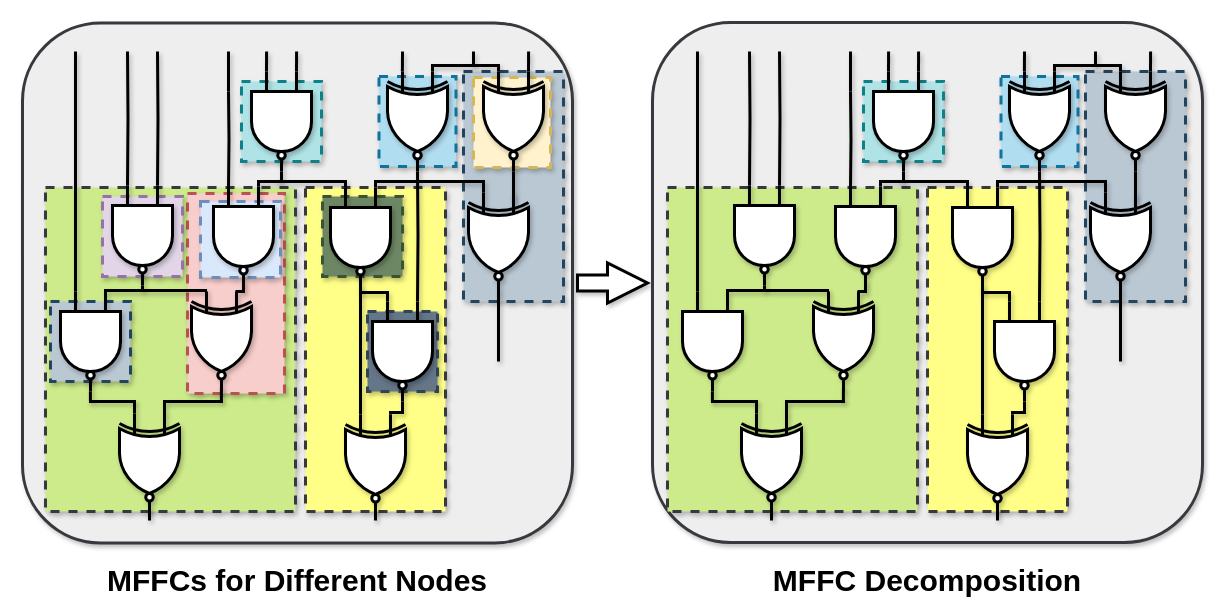
Before: mffc.drawio in kxzhu0505/LogicSynOpt, a draw.io diagram. Source tidied: cells renumbered, new cells numbered last; positions are measured from the earlier drawing's top-left corner, leaving out a move shared by most shapes. Both pictures are drawn from the tidied source at 100%, with x=0, y=0 at pixel (22, 22).
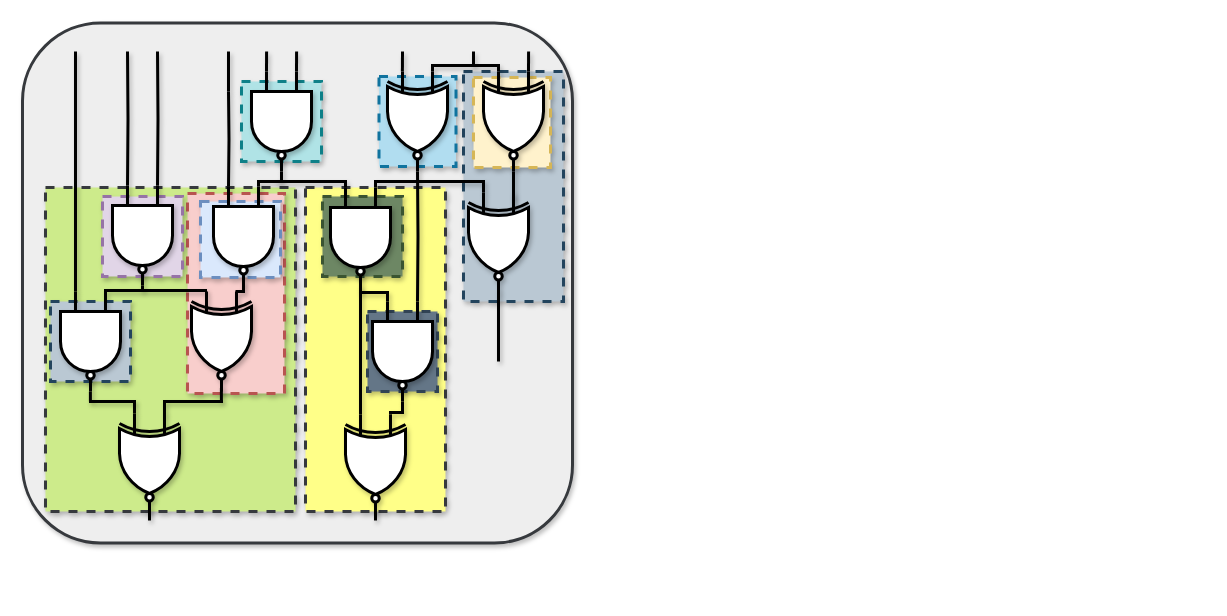
After the change.

The edit, as a diff of the source:
```diff
@@
-    <mxCell id="2" style="verticalLabelPosition=bottom;verticalAlign=top;html=1;strokeWidth=3;shape=mxgraph.arrows2.arrow;dy=0.6;dx=40;notch=0;shadow=1;" parent="1" vertex="1">
-      <mxGeometry x="555" y="240.5" width="70" height="40" as="geometry" />
-    </mxCell>
-    <mxCell id="3" value="&lt;font size=&quot;1&quot; style=&quot;&quot;&gt;&lt;b style=&quot;font-size: 30px;&quot;&gt;MFFCs for Different Nodes&lt;/b&gt;&lt;/font&gt;" style="text;html=1;align=center;verticalAlign=middle;whiteSpace=wrap;rounded=0;" parent="1" vertex="1">
-      <mxGeometry x="62" y="543" width="426" height="30" as="geometry" />
-    </mxCell>
-    <mxCell id="4" value="&lt;font style=&quot;font-size: 30px;&quot;&gt;&lt;font style=&quot;font-size: 30px;&quot;&gt;&lt;b style=&quot;&quot;&gt;MFFC&amp;nbsp;&lt;/b&gt;&lt;/font&gt;&lt;b&gt;Decomposition&lt;/b&gt;&lt;/font&gt;" style="text;html=1;align=center;verticalAlign=middle;whiteSpace=wrap;rounded=0;" parent="1" vertex="1">
-      <mxGeometry x="692" y="543" width="426" height="30" as="geometry" />
-    </mxCell>
@@
-    <mxCell id="64" style="rounded=1;whiteSpace=wrap;html=1;shadow=1;strokeWidth=3;fillColor=#eeeeee;strokeColor=#36393d;" parent="1" vertex="1">
-      <mxGeometry x="630" width="550" height="520" as="geometry" />
-    </mxCell>
-    <mxCell id="65" style="rounded=0;whiteSpace=wrap;html=1;dashed=1;strokeWidth=3;fillColor=#bac8d3;strokeColor=#23445d;shadow=1;" parent="1" vertex="1">
-      <mxGeometry x="1063" y="49" width="100" height="230" as="geometry" />
-    </mxCell>
-    <mxCell id="66" style="rounded=0;whiteSpace=wrap;html=1;dashed=1;strokeWidth=3;fillColor=#ffff88;strokeColor=#36393d;shadow=1;" parent="1" vertex="1">
-      <mxGeometry x="905" y="165" width="140" height="324" as="geometry" />
-    </mxCell>
-    <mxCell id="67" style="rounded=0;whiteSpace=wrap;html=1;dashed=1;strokeWidth=3;fillColor=#cdeb8b;strokeColor=#36393d;shadow=1;" parent="1" vertex="1">
-      <mxGeometry x="645" y="165" width="250" height="324" as="geometry" />
-    </mxCell>
-    <mxCell id="68" style="group;shadow=1;" parent="1" vertex="1">
-      <mxGeometry x="660" y="29" width="500" height="463" as="geometry" />
-    </mxCell>
-    <mxCell id="69" style="rounded=0;whiteSpace=wrap;html=1;dashed=1;strokeWidth=3;fillColor=#b1ddf0;strokeColor=#10739e;shadow=1;" parent="68" vertex="1">
-      <mxGeometry x="318.5" y="25" width="77" height="90" as="geometry" />
-    </mxCell>
-    <mxCell id="70" style="rounded=0;whiteSpace=wrap;html=1;dashed=1;strokeWidth=3;fillColor=#b0e3e6;strokeColor=#0e8088;shadow=1;" parent="68" vertex="1">
-      <mxGeometry x="181" y="30" width="80" height="80" as="geometry" />
-    </mxCell>
-    <mxCell id="71" style="verticalLabelPosition=bottom;shadow=1;dashed=0;align=center;html=1;verticalAlign=top;shape=mxgraph.electrical.logic_gates.logic_gate;operation=xor;negating=1;negSize=0.15;strokeWidth=3;direction=south;" parent="68" vertex="1">
-      <mxGeometry x="131" y="240" width="60" height="100" as="geometry" />
-    </mxCell>
-    <mxCell id="72" style="verticalLabelPosition=bottom;shadow=1;dashed=0;align=center;html=1;verticalAlign=top;shape=mxgraph.electrical.logic_gates.logic_gate;operation=and;negating=1;negSize=0.15;strokeWidth=3;direction=south;" parent="68" vertex="1">
-      <mxGeometry y="240" width="60" height="100" as="geometry" />
-    </mxCell>
-    <mxCell id="73" style="verticalLabelPosition=bottom;shadow=1;dashed=0;align=center;html=1;verticalAlign=top;shape=mxgraph.electrical.logic_gates.logic_gate;operation=and;negating=1;negSize=0.15;strokeWidth=3;direction=south;" parent="68" vertex="1">
-      <mxGeometry x="52" y="134" width="60" height="100" as="geometry" />
-    </mxCell>
-    <mxCell id="74" style="endArrow=none;html=1;rounded=0;entryX=1;entryY=0.5;entryDx=0;entryDy=0;entryPerimeter=0;strokeWidth=3;shadow=1;" parent="68" edge="1" target="73">
-      <mxGeometry relative="1" as="geometry">
-        <mxPoint x="82" y="240" as="sourcePoint" />
-      </mxGeometry>
-    </mxCell>
-    <mxCell id="75" style="verticalLabelPosition=bottom;shadow=1;dashed=0;align=center;html=1;verticalAlign=top;shape=mxgraph.electrical.logic_gates.logic_gate;operation=xor;negating=1;negSize=0.15;strokeWidth=3;direction=south;" parent="68" vertex="1">
-      <mxGeometry x="59" y="362" width="60" height="100" as="geometry" />
-    </mxCell>
-    <mxCell id="76" style="endArrow=none;html=1;rounded=0;strokeWidth=3;entryX=0;entryY=0.75;entryDx=0;entryDy=0;entryPerimeter=0;edgeStyle=orthogonalEdgeStyle;shadow=1;" parent="68" edge="1" target="72">
-      <mxGeometry relative="1" as="geometry">
-        <mxPoint x="15" as="sourcePoint" />
-        <Array as="points">
-          <mxPoint x="15" y="8" />
-        </Array>
-      </mxGeometry>
-    </mxCell>
-    <mxCell id="77" style="endArrow=none;html=1;rounded=0;strokeWidth=3;entryX=0;entryY=0.75;entryDx=0;entryDy=0;entryPerimeter=0;edgeStyle=orthogonalEdgeStyle;shadow=1;" parent="68" edge="1" target="73">
-      <mxGeometry relative="1" as="geometry">
-        <mxPoint x="67" as="sourcePoint" />
-      </mxGeometry>
-    </mxCell>
-    <mxCell id="78" style="endArrow=none;html=1;rounded=0;strokeWidth=3;entryX=0;entryY=0.25;entryDx=0;entryDy=0;entryPerimeter=0;edgeStyle=orthogonalEdgeStyle;shadow=1;" parent="68" edge="1" target="73">
-      <mxGeometry relative="1" as="geometry">
-        <mxPoint x="97" as="sourcePoint" />
-      </mxGeometry>
-    </mxCell>
-    <mxCell id="79" style="verticalLabelPosition=bottom;shadow=1;dashed=0;align=center;html=1;verticalAlign=top;shape=mxgraph.electrical.logic_gates.logic_gate;operation=and;negating=1;negSize=0.15;strokeWidth=3;direction=south;" parent="68" vertex="1">
-      <mxGeometry x="153" y="135" width="60" height="100" as="geometry" />
-    </mxCell>
-    <mxCell id="80" style="endArrow=none;html=1;rounded=0;strokeWidth=3;shadow=1;" parent="68" edge="1">
-      <mxGeometry relative="1" as="geometry">
-        <mxPoint x="184.5" y="240" as="sourcePoint" />
-        <mxPoint x="175" y="240" as="targetPoint" />
-      </mxGeometry>
-    </mxCell>
-    <mxCell id="81" style="endArrow=none;html=1;rounded=0;strokeWidth=3;entryX=0;entryY=0.75;entryDx=0;entryDy=0;entryPerimeter=0;edgeStyle=orthogonalEdgeStyle;shadow=1;" parent="68" edge="1" target="79">
-      <mxGeometry relative="1" as="geometry">
-        <mxPoint x="168" y="40" as="sourcePoint" />
-      </mxGeometry>
-    </mxCell>
-    <mxCell id="82" style="verticalLabelPosition=bottom;shadow=1;dashed=0;align=center;html=1;verticalAlign=top;shape=mxgraph.electrical.logic_gates.logic_gate;operation=and;negating=1;negSize=0.15;strokeWidth=3;direction=south;" parent="68" vertex="1">
-      <mxGeometry x="191" y="20" width="60" height="100" as="geometry" />
-    </mxCell>
-    <mxCell id="83" style="endArrow=none;html=1;rounded=0;strokeWidth=3;entryX=0;entryY=0.25;entryDx=0;entryDy=0;entryPerimeter=0;edgeStyle=orthogonalEdgeStyle;exitX=1;exitY=0.5;exitDx=0;exitDy=0;exitPerimeter=0;shadow=1;" parent="68" edge="1" source="82" target="79">
-      <mxGeometry relative="1" as="geometry" />
-    </mxCell>
-    <mxCell id="84" style="verticalLabelPosition=bottom;shadow=1;dashed=0;align=center;html=1;verticalAlign=top;shape=mxgraph.electrical.logic_gates.logic_gate;operation=and;negating=1;negSize=0.15;strokeWidth=3;direction=south;" parent="68" vertex="1">
-      <mxGeometry x="270" y="136" width="60" height="100" as="geometry" />
-    </mxCell>
-    <mxCell id="85" style="endArrow=none;html=1;rounded=0;strokeWidth=3;edgeStyle=orthogonalEdgeStyle;exitX=0;exitY=0.75;exitDx=0;exitDy=0;exitPerimeter=0;shadow=1;" parent="68" edge="1" source="84">
-      <mxGeometry relative="1" as="geometry">
-        <mxPoint x="215" y="130" as="targetPoint" />
-        <Array as="points">
-          <mxPoint x="285" y="130" />
-        </Array>
-      </mxGeometry>
-    </mxCell>
-    <mxCell id="86" style="verticalLabelPosition=bottom;shadow=1;dashed=0;align=center;html=1;verticalAlign=top;shape=mxgraph.electrical.logic_gates.logic_gate;operation=xor;negating=1;negSize=0.15;strokeWidth=3;direction=south;" parent="68" vertex="1">
-      <mxGeometry x="285" y="363" width="60" height="100" as="geometry" />
-    </mxCell>
-    <mxCell id="87" style="endArrow=none;html=1;rounded=0;strokeWidth=3;entryX=0;entryY=0.75;entryDx=0;entryDy=0;entryPerimeter=0;edgeStyle=orthogonalEdgeStyle;exitX=1;exitY=0.5;exitDx=0;exitDy=0;exitPerimeter=0;shadow=1;" parent="68" edge="1" source="84" target="86">
-      <mxGeometry relative="1" as="geometry" />
-    </mxCell>
-    <mxCell id="88" style="endArrow=none;html=1;rounded=0;strokeWidth=3;shadow=1;" parent="68" edge="1">
-      <mxGeometry relative="1" as="geometry">
-        <mxPoint x="43.5" y="239" as="sourcePoint" />
-        <mxPoint x="146.5" y="239" as="targetPoint" />
-      </mxGeometry>
-    </mxCell>
-    <mxCell id="89" style="verticalLabelPosition=bottom;shadow=1;dashed=0;align=center;html=1;verticalAlign=top;shape=mxgraph.electrical.logic_gates.logic_gate;operation=and;negating=1;negSize=0.15;strokeWidth=3;direction=south;" parent="68" vertex="1">
-      <mxGeometry x="312" y="250" width="60" height="100" as="geometry" />
-    </mxCell>
-    <mxCell id="90" style="endArrow=none;html=1;rounded=0;strokeWidth=3;edgeStyle=orthogonalEdgeStyle;exitX=0;exitY=0.75;exitDx=0;exitDy=0;exitPerimeter=0;shadow=1;" parent="68" edge="1" source="89">
-      <mxGeometry relative="1" as="geometry">
-        <mxPoint x="300" y="234" as="targetPoint" />
-        <Array as="points">
-          <mxPoint x="327" y="241" />
-          <mxPoint x="300" y="241" />
-        </Array>
-      </mxGeometry>
-    </mxCell>
-    <mxCell id="91" style="verticalLabelPosition=bottom;shadow=1;dashed=0;align=center;html=1;verticalAlign=top;shape=mxgraph.electrical.logic_gates.logic_gate;operation=xor;negating=1;negSize=0.15;strokeWidth=3;direction=south;" parent="68" vertex="1">
-      <mxGeometry x="327" y="20" width="60" height="100" as="geometry" />
-    </mxCell>
-    <mxCell id="92" style="verticalLabelPosition=bottom;shadow=1;dashed=0;align=center;html=1;verticalAlign=top;shape=mxgraph.electrical.logic_gates.logic_gate;operation=xor;negating=1;negSize=0.15;strokeWidth=3;direction=south;" parent="68" vertex="1">
-      <mxGeometry x="423" y="20" width="60" height="100" as="geometry" />
-    </mxCell>
-    <mxCell id="93" style="endArrow=none;html=1;rounded=0;strokeWidth=3;entryX=0;entryY=0.25;entryDx=0;entryDy=0;entryPerimeter=0;edgeStyle=orthogonalEdgeStyle;shadow=1;" parent="68" edge="1" target="89">
-      <mxGeometry relative="1" as="geometry">
-        <mxPoint x="357" y="120" as="sourcePoint" />
-      </mxGeometry>
-    </mxCell>
-    <mxCell id="94" style="verticalLabelPosition=bottom;shadow=1;dashed=0;align=center;html=1;verticalAlign=top;shape=mxgraph.electrical.logic_gates.logic_gate;operation=xor;negating=1;negSize=0.15;strokeWidth=3;direction=south;" parent="68" vertex="1">
-      <mxGeometry x="408" y="141" width="60" height="100" as="geometry" />
-    </mxCell>
-    <mxCell id="95" style="endArrow=none;html=1;rounded=0;strokeWidth=3;exitX=1;exitY=0.5;exitDx=0;exitDy=0;exitPerimeter=0;entryX=0.09;entryY=0.25;entryDx=0;entryDy=0;entryPerimeter=0;shadow=1;" parent="68" edge="1" source="92" target="94">
-      <mxGeometry relative="1" as="geometry" />
-    </mxCell>
-    <mxCell id="96" style="endArrow=none;html=1;rounded=0;strokeWidth=3;edgeStyle=orthogonalEdgeStyle;exitX=0;exitY=0.75;exitDx=0;exitDy=0;exitPerimeter=0;entryX=0;entryY=0.25;entryDx=0;entryDy=0;entryPerimeter=0;shadow=1;" parent="68" edge="1" source="94" target="84">
-      <mxGeometry relative="1" as="geometry">
-        <Array as="points">
-          <mxPoint x="423" y="130" />
-          <mxPoint x="315" y="130" />
-        </Array>
-      </mxGeometry>
-    </mxCell>
-    <mxCell id="97" style="endArrow=none;html=1;rounded=0;strokeWidth=3;exitX=0.986;exitY=0.5;exitDx=0;exitDy=0;exitPerimeter=0;shadow=1;" parent="68" edge="1" source="94">
-      <mxGeometry relative="1" as="geometry">
-        <mxPoint x="438" y="310" as="targetPoint" />
-      </mxGeometry>
-    </mxCell>
-    <mxCell id="98" style="endArrow=none;html=1;rounded=0;strokeWidth=3;edgeStyle=orthogonalEdgeStyle;exitX=0;exitY=0.75;exitDx=0;exitDy=0;exitPerimeter=0;entryX=0;entryY=0.25;entryDx=0;entryDy=0;entryPerimeter=0;shadow=1;" parent="68" edge="1" source="92">
-      <mxGeometry relative="1" as="geometry">
-        <mxPoint x="372" y="20" as="targetPoint" />
-        <Array as="points">
-          <mxPoint x="438" y="14" />
-          <mxPoint x="372" y="14" />
-        </Array>
-      </mxGeometry>
-    </mxCell>
-    <mxCell id="99" style="endArrow=none;html=1;rounded=0;strokeWidth=3;entryX=0.09;entryY=0.25;entryDx=0;entryDy=0;entryPerimeter=0;shadow=1;" parent="68" edge="1">
-      <mxGeometry relative="1" as="geometry">
-        <mxPoint x="413" as="sourcePoint" />
-        <mxPoint x="413" y="15" as="targetPoint" />
-      </mxGeometry>
-    </mxCell>
-    <mxCell id="100" style="endArrow=none;html=1;rounded=0;strokeWidth=3;entryX=0.09;entryY=0.25;entryDx=0;entryDy=0;entryPerimeter=0;shadow=1;" parent="68" edge="1">
-      <mxGeometry relative="1" as="geometry">
-        <mxPoint x="342" as="sourcePoint" />
-        <mxPoint x="341.9" y="20" as="targetPoint" />
-      </mxGeometry>
-    </mxCell>
-    <mxCell id="101" style="endArrow=none;html=1;rounded=0;strokeWidth=3;entryX=0.09;entryY=0.25;entryDx=0;entryDy=0;entryPerimeter=0;shadow=1;" parent="68" edge="1">
-      <mxGeometry relative="1" as="geometry">
-        <mxPoint x="468.1" as="sourcePoint" />
-        <mxPoint x="468" y="20" as="targetPoint" />
-      </mxGeometry>
-    </mxCell>
-    <mxCell id="102" style="endArrow=none;html=1;rounded=0;strokeWidth=3;entryX=0.09;entryY=0.25;entryDx=0;entryDy=0;entryPerimeter=0;shadow=1;" parent="68" edge="1">
-      <mxGeometry relative="1" as="geometry">
-        <mxPoint x="206.1" as="sourcePoint" />
-        <mxPoint x="206" y="20" as="targetPoint" />
-      </mxGeometry>
-    </mxCell>
-    <mxCell id="103" style="endArrow=none;html=1;rounded=0;strokeWidth=3;entryX=0.09;entryY=0.25;entryDx=0;entryDy=0;entryPerimeter=0;shadow=1;" parent="68" edge="1">
-      <mxGeometry relative="1" as="geometry">
-        <mxPoint x="236.1" as="sourcePoint" />
-        <mxPoint x="236" y="20" as="targetPoint" />
-      </mxGeometry>
-    </mxCell>
-    <mxCell id="104" style="endArrow=none;html=1;rounded=0;strokeWidth=3;entryX=0.09;entryY=0.25;entryDx=0;entryDy=0;entryPerimeter=0;shadow=1;" parent="68" edge="1">
-      <mxGeometry relative="1" as="geometry">
-        <mxPoint x="168" as="sourcePoint" />
-        <mxPoint x="168" y="40" as="targetPoint" />
-      </mxGeometry>
-    </mxCell>
-    <mxCell id="105" style="endArrow=none;html=1;rounded=0;strokeWidth=3;shadow=1;" parent="68" edge="1">
-      <mxGeometry relative="1" as="geometry">
-        <mxPoint x="183" y="240" as="sourcePoint" />
-        <mxPoint x="183" y="230" as="targetPoint" />
-        <Array as="points">
-          <mxPoint x="183" y="240" />
-        </Array>
-      </mxGeometry>
-    </mxCell>
-    <mxCell id="106" style="endArrow=none;html=1;rounded=0;strokeWidth=3;edgeStyle=orthogonalEdgeStyle;exitX=1;exitY=0.5;exitDx=0;exitDy=0;exitPerimeter=0;entryX=0;entryY=0.25;entryDx=0;entryDy=0;entryPerimeter=0;shadow=1;" parent="68" edge="1" source="89" target="86">
-      <mxGeometry relative="1" as="geometry">
-        <Array as="points">
-          <mxPoint x="342" y="361" />
-          <mxPoint x="330" y="361" />
-        </Array>
-      </mxGeometry>
-    </mxCell>
-    <mxCell id="107" style="endArrow=none;html=1;rounded=0;strokeWidth=3;shadow=1;" parent="68" edge="1">
-      <mxGeometry relative="1" as="geometry">
-        <mxPoint x="28.5" y="350" as="sourcePoint" />
-        <mxPoint x="75.5" y="350" as="targetPoint" />
-      </mxGeometry>
-    </mxCell>
-    <mxCell id="108" style="endArrow=none;html=1;rounded=0;strokeWidth=3;shadow=1;" parent="68" edge="1">
-      <mxGeometry relative="1" as="geometry">
-        <mxPoint x="102.5" y="350" as="sourcePoint" />
-        <mxPoint x="162.5" y="350" as="targetPoint" />
-      </mxGeometry>
-    </mxCell>
-    <mxCell id="109" style="endArrow=none;html=1;rounded=0;strokeWidth=3;shadow=1;" parent="68" edge="1">
-      <mxGeometry relative="1" as="geometry">
-        <mxPoint x="29.9" y="340" as="sourcePoint" />
-        <mxPoint x="29.9" y="350" as="targetPoint" />
-      </mxGeometry>
-    </mxCell>
-    <mxCell id="110" style="endArrow=none;html=1;rounded=0;strokeWidth=3;entryX=0;entryY=0.75;entryDx=0;entryDy=0;entryPerimeter=0;shadow=1;" parent="68" edge="1" target="75">
-      <mxGeometry relative="1" as="geometry">
-        <mxPoint x="74" y="350" as="sourcePoint" />
-      </mxGeometry>
-    </mxCell>
-    <mxCell id="111" style="endArrow=none;html=1;rounded=0;strokeWidth=3;entryX=0;entryY=0.75;entryDx=0;entryDy=0;entryPerimeter=0;shadow=1;" parent="68" edge="1">
-      <mxGeometry relative="1" as="geometry">
-        <mxPoint x="104" y="350" as="sourcePoint" />
-        <mxPoint x="104" y="363.5" as="targetPoint" />
-      </mxGeometry>
-    </mxCell>
-    <mxCell id="112" style="endArrow=none;html=1;rounded=0;strokeWidth=3;entryX=0;entryY=0.75;entryDx=0;entryDy=0;entryPerimeter=0;shadow=1;" parent="68" edge="1">
-      <mxGeometry relative="1" as="geometry">
-        <mxPoint x="160.9" y="336.5" as="sourcePoint" />
-        <mxPoint x="160.9" y="350" as="targetPoint" />
-      </mxGeometry>
-    </mxCell>
-    <mxCell id="113" style="endArrow=none;html=1;rounded=0;strokeWidth=3;entryX=0;entryY=0.75;entryDx=0;entryDy=0;entryPerimeter=0;shadow=1;" parent="68" edge="1">
-      <mxGeometry relative="1" as="geometry">
-        <mxPoint x="315" y="457" as="sourcePoint" />
-        <mxPoint x="315" y="469" as="targetPoint" />
-      </mxGeometry>
-    </mxCell>
-    <mxCell id="114" style="endArrow=none;html=1;rounded=0;strokeWidth=3;entryX=0;entryY=0.75;entryDx=0;entryDy=0;entryPerimeter=0;shadow=1;" parent="1" edge="1">
-      <mxGeometry relative="1" as="geometry">
-        <mxPoint x="749" y="486" as="sourcePoint" />
-        <mxPoint x="749" y="498" as="targetPoint" />
-      </mxGeometry>
-    </mxCell>
```
